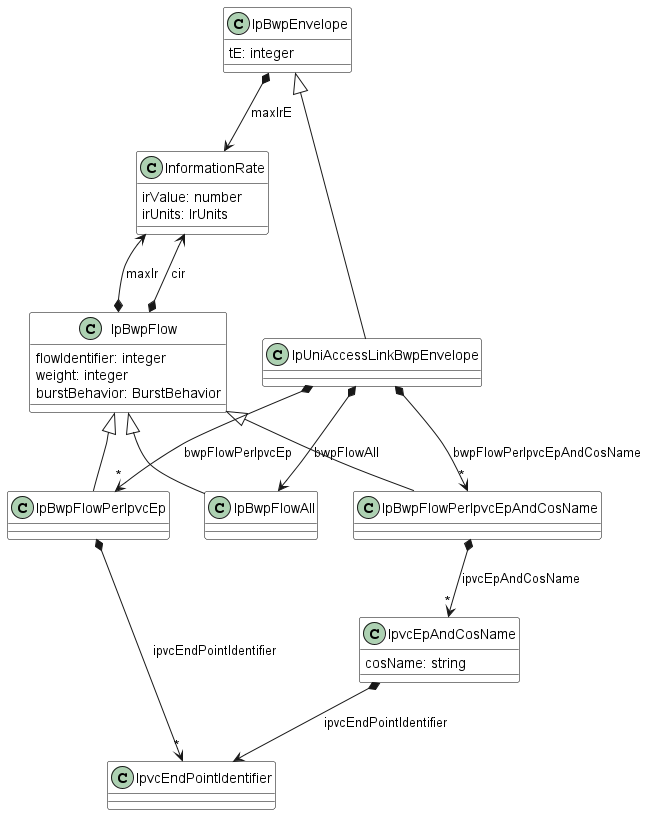
The PlantUML diagram documentation/productSchema/ip/internetAccess/MEF 139 resources/media/IpUniAccessLinkBwpEnvelope.png in MEF-GIT/MEF-LSO-Sonata-SDK, before a commit.
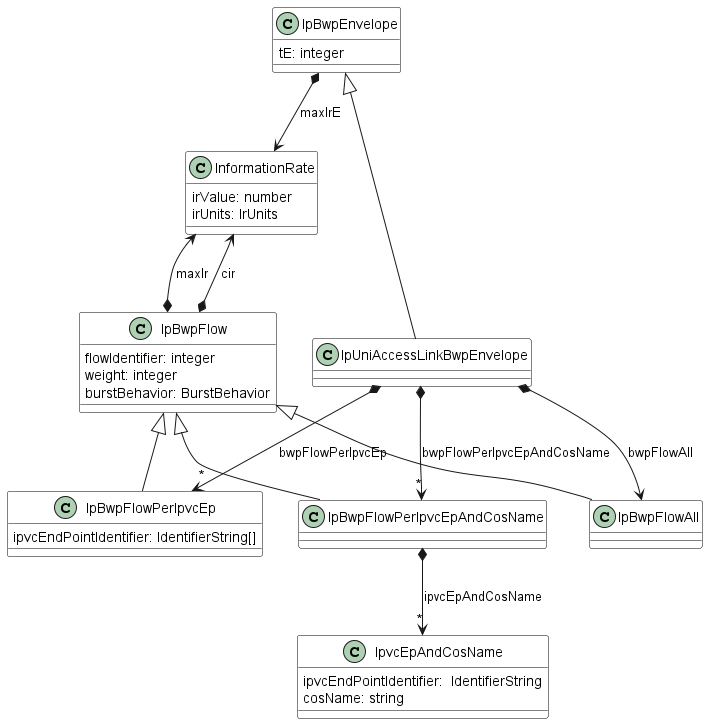
The same file after the commit.

Diff of the diagram source:
```diff
@@ -38,11 +38,9 @@
 
 
 class IpBwpFlowPerIpvcEp {
-
+    ipvcEndPointIdentifier: IdentifierString[]
 }
 IpBwpFlow <|-- IpBwpFlowPerIpvcEp
-
-IpBwpFlowPerIpvcEp *-->"*" IpvcEndPointIdentifier : ipvcEndPointIdentifier
 
 
 class IpBwpFlowPerIpvcEpAndCosName {
@@ -55,11 +53,10 @@
 
 
 class IpvcEpAndCosName {
-
+    ipvcEndPointIdentifier:  IdentifierString
     cosName: string
 }
 
-IpvcEpAndCosName *--> IpvcEndPointIdentifier : ipvcEndPointIdentifier
 class IpBwpFlow {
 
     flowIdentifier: integer
```
